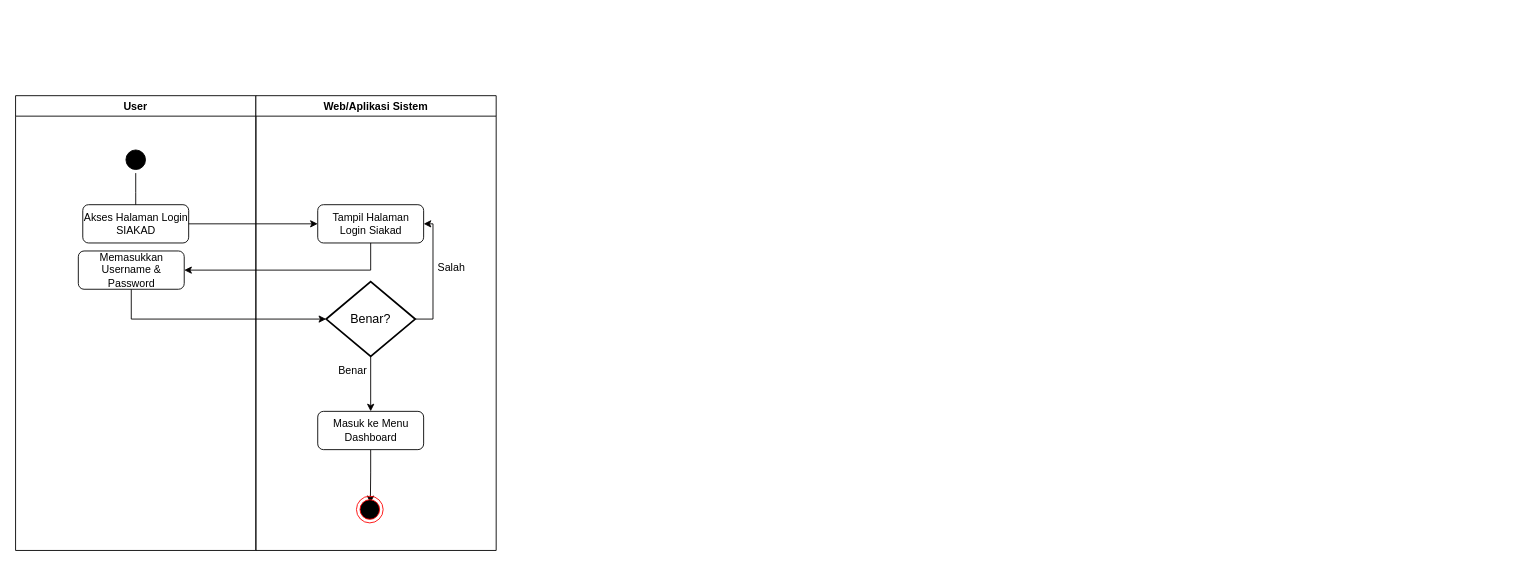
aldonicolaz/siakad-petrus keeps this draw.io diagram as page "Page-2" (2 of 2) of Untitled test.drawio. Above is the earlier version. Source tidied: cells renumbered, new cells numbered last; positions are measured from the earlier drawing's top-left corner, leaving out a move shared by most shapes. Both pictures are drawn from the tidied source at 89%, with x=0, y=0 at pixel (15, 95).
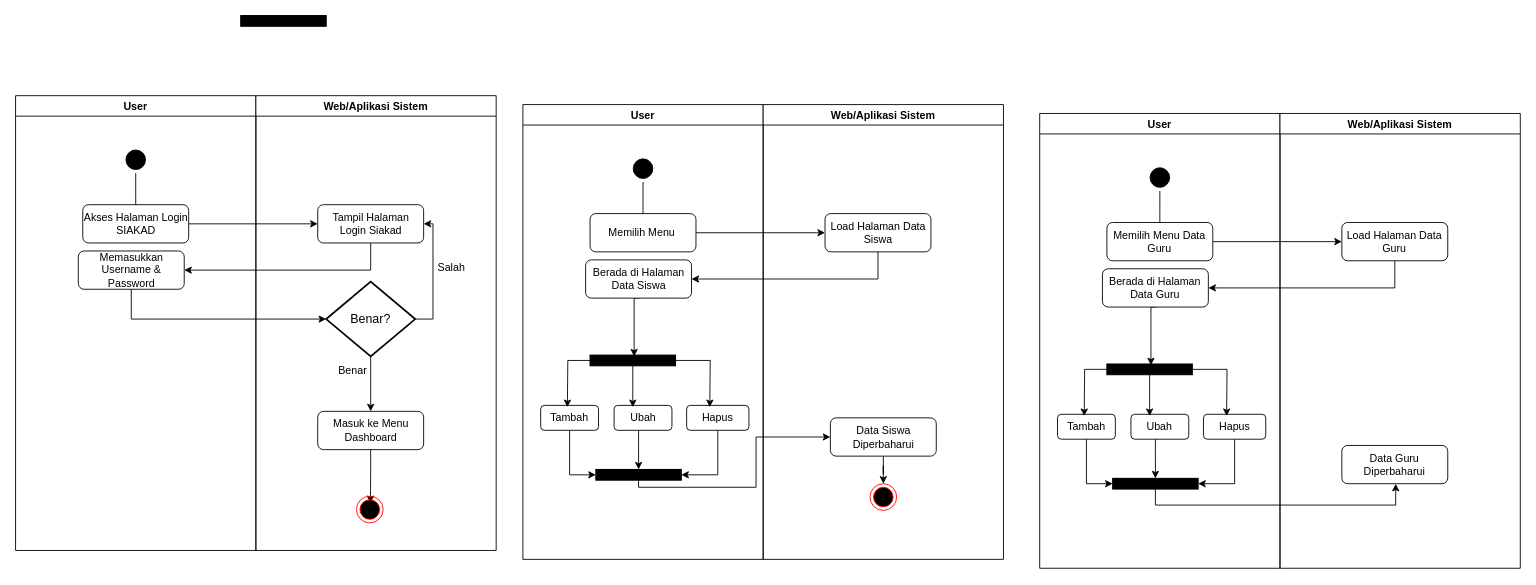
The same page after the edit.

Diff of the diagram source:
```diff
@@
+    <mxCell id="20" value="User" style="swimlane;" parent="1" vertex="1">
+      <mxGeometry x="570" y="10" width="270" height="511" as="geometry" />
+    </mxCell>
+    <mxCell id="21" style="ellipse;html=1;shape=startState;fillColor=#000000;strokeColor=#000000;" parent="20" vertex="1">
+      <mxGeometry x="120" y="57" width="30" height="30" as="geometry" />
+    </mxCell>
+    <mxCell id="22" style="edgeStyle=orthogonalEdgeStyle;html=1;verticalAlign=bottom;endArrow=open;endSize=8;strokeColor=#030000;" parent="20" edge="1" source="21">
+      <mxGeometry relative="1" as="geometry">
+        <mxPoint x="135" y="151" as="targetPoint" />
+      </mxGeometry>
+    </mxCell>
+    <mxCell id="23" value="Memilih Menu&amp;nbsp;" style="shape=ext;rounded=1;html=1;whiteSpace=wrap;" parent="20" vertex="1">
+      <mxGeometry x="75.5" y="122.5" width="119" height="43" as="geometry" />
+    </mxCell>
+    <mxCell id="24" style="edgeStyle=orthogonalEdgeStyle;rounded=0;orthogonalLoop=1;jettySize=auto;html=1;entryX=0.5;entryY=0;entryDx=0;entryDy=0;strokeColor=#030000;" parent="20" edge="1">
+      <mxGeometry relative="1" as="geometry">
+        <mxPoint x="131" y="217.5" as="sourcePoint" />
+        <mxPoint x="125" y="283" as="targetPoint" />
+        <Array as="points">
+          <mxPoint x="125" y="218" />
+        </Array>
+      </mxGeometry>
+    </mxCell>
+    <mxCell id="25" value="Berada di Halaman Data Siswa" style="shape=ext;rounded=1;html=1;whiteSpace=wrap;" parent="20" vertex="1">
+      <mxGeometry x="70.5" y="174.5" width="119" height="43" as="geometry" />
+    </mxCell>
+    <mxCell id="26" style="html=1;whiteSpace=wrap;fillColor=#000000;fontSize=11;spacing=0;strokeOpacity=100;strokeWidth=1.2;" parent="20" vertex="1">
+      <mxGeometry x="75.5" y="281.5" width="96" height="12" as="geometry" />
+    </mxCell>
+    <mxCell id="27" style="edgeStyle=orthogonalEdgeStyle;rounded=0;jettySize=auto;html=1;entryX=0;entryY=0.5;entryDx=0;entryDy=0;strokeColor=#030000;" parent="20" edge="1" source="28" target="33">
+      <mxGeometry relative="1" as="geometry" />
+    </mxCell>
+    <mxCell id="28" value="Tambah" style="shape=ext;rounded=1;html=1;whiteSpace=wrap;" parent="20" vertex="1">
+      <mxGeometry x="20" y="338" width="65" height="28" as="geometry" />
+    </mxCell>
+    <mxCell id="29" style="edgeStyle=orthogonalEdgeStyle;rounded=0;jettySize=auto;html=1;entryX=1;entryY=0.5;entryDx=0;entryDy=0;strokeColor=#030000;" parent="20" edge="1" source="30" target="33">
+      <mxGeometry relative="1" as="geometry">
+        <Array as="points">
+          <mxPoint x="219" y="416" />
+        </Array>
+      </mxGeometry>
+    </mxCell>
+    <mxCell id="30" value="Hapus" style="shape=ext;rounded=1;html=1;whiteSpace=wrap;" parent="20" vertex="1">
+      <mxGeometry x="184" y="338" width="70" height="28" as="geometry" />
+    </mxCell>
+    <mxCell id="31" style="edgeStyle=orthogonalEdgeStyle;rounded=0;jettySize=auto;html=1;entryX=0.5;entryY=0;entryDx=0;entryDy=0;strokeColor=#030000;" parent="20" edge="1" source="32" target="33">
+      <mxGeometry relative="1" as="geometry">
+        <Array as="points">
+          <mxPoint x="130" y="380" />
+          <mxPoint x="130" y="380" />
+        </Array>
+      </mxGeometry>
+    </mxCell>
+    <mxCell id="32" value="Ubah" style="shape=ext;rounded=1;html=1;whiteSpace=wrap;" parent="20" vertex="1">
+      <mxGeometry x="102.5" y="338" width="65" height="28" as="geometry" />
+    </mxCell>
+    <mxCell id="33" style="html=1;whiteSpace=wrap;fillColor=#000000;fontSize=11;spacing=0;strokeOpacity=100;strokeWidth=1.2;" parent="20" vertex="1">
+      <mxGeometry x="82" y="410" width="96" height="12" as="geometry" />
+    </mxCell>
+    <mxCell id="34" value="Web/Aplikasi Sistem" style="swimlane;" parent="1" vertex="1">
+      <mxGeometry x="840" y="10" width="270" height="511" as="geometry" />
+    </mxCell>
+    <mxCell id="35" value="Load Halaman Data Siswa" style="shape=ext;rounded=1;html=1;whiteSpace=wrap;" parent="34" vertex="1">
+      <mxGeometry x="69.5" y="122.5" width="119" height="43" as="geometry" />
+    </mxCell>
+    <mxCell id="36" style="edgeStyle=orthogonalEdgeStyle;rounded=0;jettySize=auto;html=1;entryX=0.5;entryY=0;entryDx=0;entryDy=0;strokeColor=#030000;" parent="34" edge="1" source="37" target="38">
+      <mxGeometry relative="1" as="geometry" />
+    </mxCell>
+    <mxCell id="37" value="Data Siswa Diperbaharui" style="shape=ext;rounded=1;html=1;whiteSpace=wrap;" parent="34" vertex="1">
+      <mxGeometry x="75.5" y="352" width="119" height="43" as="geometry" />
+    </mxCell>
+    <mxCell id="38" style="ellipse;html=1;shape=endState;fillColor=#000000;strokeColor=#ff0000;" parent="34" vertex="1">
+      <mxGeometry x="120" y="426" width="30" height="30" as="geometry" />
+    </mxCell>
+    <mxCell id="39" style="edgeStyle=orthogonalEdgeStyle;rounded=0;jettySize=auto;html=1;strokeColor=#030000;" parent="1" edge="1" source="23" target="35">
+      <mxGeometry relative="1" as="geometry" />
+    </mxCell>
+    <mxCell id="40" style="edgeStyle=orthogonalEdgeStyle;rounded=0;jettySize=auto;html=1;entryX=1;entryY=0.5;entryDx=0;entryDy=0;strokeColor=#030000;" parent="1" edge="1" source="35" target="25">
+      <mxGeometry relative="1" as="geometry">
+        <Array as="points">
+          <mxPoint x="969" y="206" />
+        </Array>
+      </mxGeometry>
+    </mxCell>
+    <mxCell id="41" style="html=1;whiteSpace=wrap;fillColor=#000000;fontSize=11;spacing=0;strokeOpacity=100;strokeWidth=1.2;" parent="1" vertex="1">
+      <mxGeometry x="253" y="-90" width="96" height="12" as="geometry" />
+    </mxCell>
+    <mxCell id="42" style="edgeStyle=orthogonalEdgeStyle;rounded=0;jettySize=auto;html=1;strokeColor=#030000;" parent="1" edge="1" source="26">
+      <mxGeometry relative="1" as="geometry">
+        <mxPoint x="620" y="350" as="targetPoint" />
+      </mxGeometry>
+    </mxCell>
+    <mxCell id="43" style="edgeStyle=orthogonalEdgeStyle;rounded=0;jettySize=auto;html=1;strokeColor=#030000;" parent="1" edge="1" source="26">
+      <mxGeometry relative="1" as="geometry">
+        <mxPoint x="780" y="350" as="targetPoint" />
+      </mxGeometry>
+    </mxCell>
+    <mxCell id="44" style="edgeStyle=orthogonalEdgeStyle;rounded=0;jettySize=auto;html=1;strokeColor=#030000;" parent="1" edge="1" source="26">
+      <mxGeometry relative="1" as="geometry">
+        <mxPoint x="693.5" y="350" as="targetPoint" />
+      </mxGeometry>
+    </mxCell>
+    <mxCell id="45" value="User" style="swimlane;" parent="1" vertex="1">
+      <mxGeometry x="1150.7" y="20" width="270" height="511" as="geometry" />
+    </mxCell>
+    <mxCell id="46" style="ellipse;html=1;shape=startState;fillColor=#000000;strokeColor=#000000;" parent="45" vertex="1">
+      <mxGeometry x="120" y="57" width="30" height="30" as="geometry" />
+    </mxCell>
+    <mxCell id="47" style="edgeStyle=orthogonalEdgeStyle;html=1;verticalAlign=bottom;endArrow=open;endSize=8;strokeColor=#030000;" parent="45" edge="1" source="46">
+      <mxGeometry relative="1" as="geometry">
+        <mxPoint x="135" y="151" as="targetPoint" />
+      </mxGeometry>
+    </mxCell>
+    <mxCell id="48" value="Memilih Menu Data Guru" style="shape=ext;rounded=1;html=1;whiteSpace=wrap;" parent="45" vertex="1">
+      <mxGeometry x="75.5" y="122.5" width="119" height="43" as="geometry" />
+    </mxCell>
+    <mxCell id="49" style="edgeStyle=orthogonalEdgeStyle;rounded=0;orthogonalLoop=1;jettySize=auto;html=1;entryX=0.5;entryY=0;entryDx=0;entryDy=0;strokeColor=#030000;" parent="45" edge="1">
+      <mxGeometry relative="1" as="geometry">
+        <mxPoint x="131" y="217.5" as="sourcePoint" />
+        <mxPoint x="125" y="283" as="targetPoint" />
+        <Array as="points">
+          <mxPoint x="125" y="218" />
+        </Array>
+      </mxGeometry>
+    </mxCell>
+    <mxCell id="50" value="Berada di Halaman Data Guru" style="shape=ext;rounded=1;html=1;whiteSpace=wrap;" parent="45" vertex="1">
+      <mxGeometry x="70.5" y="174.5" width="119" height="43" as="geometry" />
+    </mxCell>
+    <mxCell id="51" style="html=1;whiteSpace=wrap;fillColor=#000000;fontSize=11;spacing=0;strokeOpacity=100;strokeWidth=1.2;" parent="45" vertex="1">
+      <mxGeometry x="75.5" y="281.5" width="96" height="12" as="geometry" />
+    </mxCell>
+    <mxCell id="52" style="edgeStyle=orthogonalEdgeStyle;rounded=0;jettySize=auto;html=1;entryX=0;entryY=0.5;entryDx=0;entryDy=0;strokeColor=#030000;" parent="45" edge="1" source="53" target="58">
+      <mxGeometry relative="1" as="geometry" />
+    </mxCell>
+    <mxCell id="53" value="Tambah" style="shape=ext;rounded=1;html=1;whiteSpace=wrap;" parent="45" vertex="1">
+      <mxGeometry x="20" y="338" width="65" height="28" as="geometry" />
+    </mxCell>
+    <mxCell id="54" style="edgeStyle=orthogonalEdgeStyle;rounded=0;jettySize=auto;html=1;entryX=1;entryY=0.5;entryDx=0;entryDy=0;strokeColor=#030000;" parent="45" edge="1" source="55" target="58">
+      <mxGeometry relative="1" as="geometry">
+        <Array as="points">
+          <mxPoint x="219" y="416" />
+        </Array>
+      </mxGeometry>
+    </mxCell>
+    <mxCell id="55" value="Hapus" style="shape=ext;rounded=1;html=1;whiteSpace=wrap;" parent="45" vertex="1">
+      <mxGeometry x="184" y="338" width="70" height="28" as="geometry" />
+    </mxCell>
+    <mxCell id="56" style="edgeStyle=orthogonalEdgeStyle;rounded=0;jettySize=auto;html=1;entryX=0.5;entryY=0;entryDx=0;entryDy=0;strokeColor=#030000;" parent="45" edge="1" source="57" target="58">
+      <mxGeometry relative="1" as="geometry">
+        <Array as="points">
+          <mxPoint x="130" y="380" />
+          <mxPoint x="130" y="380" />
+        </Array>
+      </mxGeometry>
+    </mxCell>
+    <mxCell id="57" value="Ubah" style="shape=ext;rounded=1;html=1;whiteSpace=wrap;" parent="45" vertex="1">
+      <mxGeometry x="102.5" y="338" width="65" height="28" as="geometry" />
+    </mxCell>
+    <mxCell id="58" style="html=1;whiteSpace=wrap;fillColor=#000000;fontSize=11;spacing=0;strokeOpacity=100;strokeWidth=1.2;" parent="45" vertex="1">
+      <mxGeometry x="82" y="410" width="96" height="12" as="geometry" />
+    </mxCell>
+    <mxCell id="59" value="Web/Aplikasi Sistem" style="swimlane;" parent="1" vertex="1">
+      <mxGeometry x="1420.7" y="20" width="270" height="511" as="geometry" />
+    </mxCell>
+    <mxCell id="60" value="Load Halaman Data Guru" style="shape=ext;rounded=1;html=1;whiteSpace=wrap;" parent="59" vertex="1">
+      <mxGeometry x="69.5" y="122.5" width="119" height="43" as="geometry" />
+    </mxCell>
+    <mxCell id="61" value="Data Guru Diperbaharui" style="shape=ext;rounded=1;html=1;whiteSpace=wrap;" parent="59" vertex="1">
+      <mxGeometry x="69.5" y="373" width="119" height="43" as="geometry" />
+    </mxCell>
+    <mxCell id="62" style="edgeStyle=orthogonalEdgeStyle;rounded=0;jettySize=auto;html=1;strokeColor=#030000;" parent="1" edge="1" source="48" target="60">
+      <mxGeometry relative="1" as="geometry" />
+    </mxCell>
+    <mxCell id="63" style="edgeStyle=orthogonalEdgeStyle;rounded=0;jettySize=auto;html=1;entryX=1;entryY=0.5;entryDx=0;entryDy=0;strokeColor=#030000;" parent="1" edge="1" source="60" target="50">
+      <mxGeometry relative="1" as="geometry">
+        <Array as="points">
+          <mxPoint x="1549.7" y="216" />
+        </Array>
+      </mxGeometry>
+    </mxCell>
+    <mxCell id="64" style="edgeStyle=orthogonalEdgeStyle;rounded=0;jettySize=auto;html=1;strokeColor=#030000;" parent="1" edge="1" source="51">
+      <mxGeometry relative="1" as="geometry">
+        <mxPoint x="1200.7" y="360" as="targetPoint" />
+      </mxGeometry>
+    </mxCell>
+    <mxCell id="65" style="edgeStyle=orthogonalEdgeStyle;rounded=0;jettySize=auto;html=1;strokeColor=#030000;" parent="1" edge="1" source="51">
+      <mxGeometry relative="1" as="geometry">
+        <mxPoint x="1360.7" y="360" as="targetPoint" />
+      </mxGeometry>
+    </mxCell>
+    <mxCell id="66" style="edgeStyle=orthogonalEdgeStyle;rounded=0;jettySize=auto;html=1;strokeColor=#030000;" parent="1" edge="1" source="51">
+      <mxGeometry relative="1" as="geometry">
+        <mxPoint x="1274.2" y="360" as="targetPoint" />
+      </mxGeometry>
+    </mxCell>
+    <mxCell id="67" style="edgeStyle=orthogonalEdgeStyle;rounded=0;jettySize=auto;html=1;strokeColor=#030000;" parent="1" edge="1" source="58">
+      <mxGeometry relative="1" as="geometry">
+        <mxPoint x="1550.7" y="436" as="targetPoint" />
+        <Array as="points">
+          <mxPoint x="1280.7" y="460" />
+          <mxPoint x="1550.7" y="460" />
+        </Array>
+      </mxGeometry>
+    </mxCell>
+    <mxCell id="68" style="edgeStyle=orthogonalEdgeStyle;rounded=0;jettySize=auto;html=1;entryX=0;entryY=0.5;entryDx=0;entryDy=0;strokeColor=#030000;" parent="1" edge="1" source="33" target="37">
+      <mxGeometry relative="1" as="geometry">
+        <Array as="points">
+          <mxPoint x="700" y="440" />
+          <mxPoint x="832" y="440" />
+          <mxPoint x="832" y="384" />
+        </Array>
+      </mxGeometry>
+    </mxCell>
```
